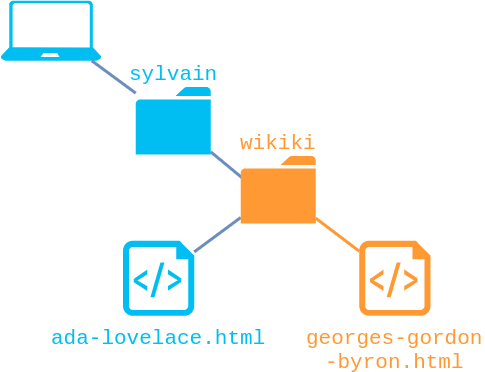
Earlier version of the draw.io export docs/assets/images/relative-path-link.png (raaaahman/web-development-lessons). Source tidied: cells renumbered, new cells last; positions are measured from the earlier drawing's top-left corner, leaving out a move shared by most shapes.
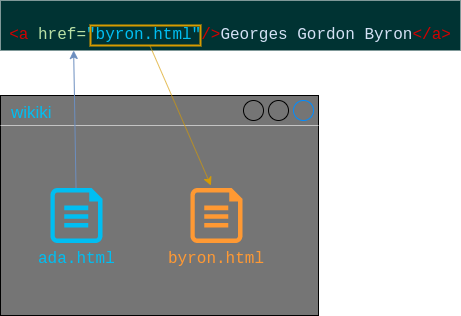
Above is the later version.

The edit, as a diff of the source:
```diff
@@ -2,34 +2,28 @@
   <root>
     <mxCell id="0" />
     <mxCell id="1" parent="0" />
-    <mxCell id="2" style="endArrow=none;html=1;strokeColor=#FF9933;strokeWidth=2;fontFamily=Courier New;fontSize=14;fontColor=#6C8EBF;labelBackgroundColor=none;fillColor=#dae8fc;" parent="1" edge="1" source="9" target="3">
-      <mxGeometry relative="1" as="geometry" />
-    </mxCell>
-    <mxCell id="3" value="georges-gordon&lt;br&gt;-byron.html" style="verticalLabelPosition=bottom;html=1;verticalAlign=top;align=center;strokeColor=none;fillColor=#FF9933;shape=mxgraph.azure.script_file;fontFamily=Courier New;fontSize=14;fontColor=#FF9933;" parent="1" vertex="1">
-      <mxGeometry x="239" y="160" width="47.5" height="50" as="geometry" />
-    </mxCell>
-    <mxCell id="4" value="ada-lovelace.html" style="verticalLabelPosition=bottom;html=1;verticalAlign=top;align=center;strokeColor=none;fillColor=#00BEF2;shape=mxgraph.azure.script_file;fontFamily=Courier New;fontSize=14;fontColor=#00BEF2;" parent="1" vertex="1">
-      <mxGeometry x="81.5" y="160" width="47.5" height="50" as="geometry" />
-    </mxCell>
-    <mxCell id="5" style="endArrow=none;html=1;strokeColor=#6C8EBF;strokeWidth=2;fontFamily=Courier New;fontSize=14;fontColor=#6C8EBF;labelBackgroundColor=none;fillColor=#ffe6cc;" parent="1" edge="1" source="9" target="4">
-      <mxGeometry relative="1" as="geometry" />
-    </mxCell>
-    <mxCell id="6" value="sylvain" style="shadow=0;dashed=0;html=1;strokeColor=none;fillColor=#00BEF2;labelPosition=center;verticalLabelPosition=top;verticalAlign=bottom;outlineConnect=0;align=center;shape=mxgraph.office.concepts.folder;labelBackgroundColor=none;fontFamily=Courier New;fontSize=14;fontColor=#00BEF2;" parent="1" vertex="1">
-      <mxGeometry x="90" y="57.5" width="50" height="45" as="geometry" />
-    </mxCell>
-    <mxCell id="7" style="endArrow=none;html=1;strokeColor=#6c8ebf;strokeWidth=2;fontFamily=Courier New;fontSize=14;fontColor=#6C8EBF;labelBackgroundColor=none;fillColor=#dae8fc;" parent="1" edge="1" source="6">
-      <mxGeometry relative="1" as="geometry">
-        <mxPoint x="170.5" y="126" as="targetPoint" />
-      </mxGeometry>
-    </mxCell>
-    <mxCell id="8" style="verticalLabelPosition=bottom;html=1;verticalAlign=top;align=center;strokeColor=none;fillColor=#00BEF2;shape=mxgraph.azure.laptop;fontColor=#00BEF2;" parent="1" vertex="1">
-      <mxGeometry width="67" height="40" as="geometry" />
-    </mxCell>
-    <mxCell id="9" value="wikiki" style="shadow=0;dashed=0;html=1;strokeColor=none;fillColor=#FF9933;labelPosition=center;verticalLabelPosition=top;verticalAlign=bottom;outlineConnect=0;align=center;shape=mxgraph.office.concepts.folder;labelBackgroundColor=none;fontFamily=Courier New;fontSize=14;fontColor=#FF9933;" parent="1" vertex="1">
-      <mxGeometry x="160" y="103.5" width="50" height="45" as="geometry" />
+    <mxCell id="9" value="&lt;font color=&quot;#00bef2&quot;&gt;wikiki&lt;/font&gt;" style="strokeWidth=1;shadow=0;dashed=0;align=center;html=1;shape=mxgraph.mockup.containers.window;align=left;verticalAlign=top;spacingLeft=8;strokeColor2=#008cff;strokeColor3=#c4c4c4;fontColor=#666666;fillColor=#757575;mainText=;fontSize=17;labelBackgroundColor=none;" parent="1" vertex="1">
+      <mxGeometry x="160" y="103.5" width="318" height="220" as="geometry" />
     </mxCell>
-    <mxCell id="10" style="endArrow=none;html=1;strokeColor=#6c8ebf;strokeWidth=2;fontFamily=Courier New;fontSize=14;fontColor=#6C8EBF;labelBackgroundColor=none;fillColor=#dae8fc;" parent="1" edge="1" source="8" target="6">
-      <mxGeometry relative="1" as="geometry" />
-    </mxCell>
+    <mxCell id="11" value="&lt;font color=&quot;#00bef2&quot;&gt;ada.html&lt;/font&gt;" style="verticalLabelPosition=bottom;html=1;verticalAlign=top;align=center;strokeColor=none;fillColor=#00BEF2;shape=mxgraph.azure.file;fontSize=16;fontColor=#FF9933;fontFamily=Courier New;" parent="1" vertex="1">
+      <mxGeometry x="210" y="196" width="52" height="55" as="geometry" />
+    </mxCell>
+    <mxCell id="12" value="&lt;br&gt;&lt;p style=&quot;margin: 0px&quot;&gt;&lt;font color=&quot;#d10000&quot;&gt;&amp;lt;a&lt;/font&gt; &lt;font color=&quot;#b9e0a5&quot;&gt;href=&lt;/font&gt;&quot;byron.html&quot;&lt;font color=&quot;#d10000&quot;&gt;/&amp;gt;&lt;/font&gt;&lt;font color=&quot;#d4e1f5&quot;&gt;Georges Gordon Byron&lt;/font&gt;&lt;font color=&quot;#d10000&quot;&gt;&amp;lt;/a&amp;gt;&lt;/font&gt;&lt;/p&gt;" style="text;html=1;strokeColor=none;fillColor=#003333;align=center;verticalAlign=middle;whiteSpace=wrap;rounded=0;fontFamily=Courier New;fontSize=16;fontColor=#00BEF2;" parent="1" vertex="1">
+      <mxGeometry x="160" y="8.5" width="460" height="50" as="geometry" />
+    </mxCell>
+    <mxCell id="13" style="rounded=0;whiteSpace=wrap;html=1;fillColor=none;fontFamily=Courier New;fontSize=16;strokeColor=#d79b00;strokeWidth=2;" parent="1" vertex="1">
+      <mxGeometry x="250" y="33.5" width="110" height="20" as="geometry" />
+    </mxCell>
+    <mxCell id="14" style="endArrow=classic;html=1;fontFamily=Courier New;fontSize=16;fontColor=#00BEF2;fillColor=#ffe6cc;strokeColor=#d79b00;" parent="1" edge="1" source="13">
+      <mxGeometry relative="1" as="geometry">
+        <mxPoint x="370.4" y="193.5" as="targetPoint" />
+      </mxGeometry>
+    </mxCell>
+    <mxCell id="15" style="endArrow=classic;html=1;fontFamily=Courier New;fontSize=16;fontColor=#00BEF2;entryX=0.159;entryY=1;entryDx=0;entryDy=0;entryPerimeter=0;fillColor=#dae8fc;strokeColor=#6c8ebf;" parent="1" edge="1" source="11" target="12">
+      <mxGeometry relative="1" as="geometry" />
+    </mxCell>
+    <mxCell id="16" value="&lt;font&gt;byron.html&lt;/font&gt;" style="verticalLabelPosition=bottom;html=1;verticalAlign=top;align=center;strokeColor=none;fillColor=#FF9933;shape=mxgraph.azure.file;fontSize=16;fontFamily=Courier New;fontColor=#FF9933;" parent="1" vertex="1">
+      <mxGeometry x="350" y="196" width="52" height="55" as="geometry" />
+    </mxCell>
   </root>
 </mxGraphModel>
```
